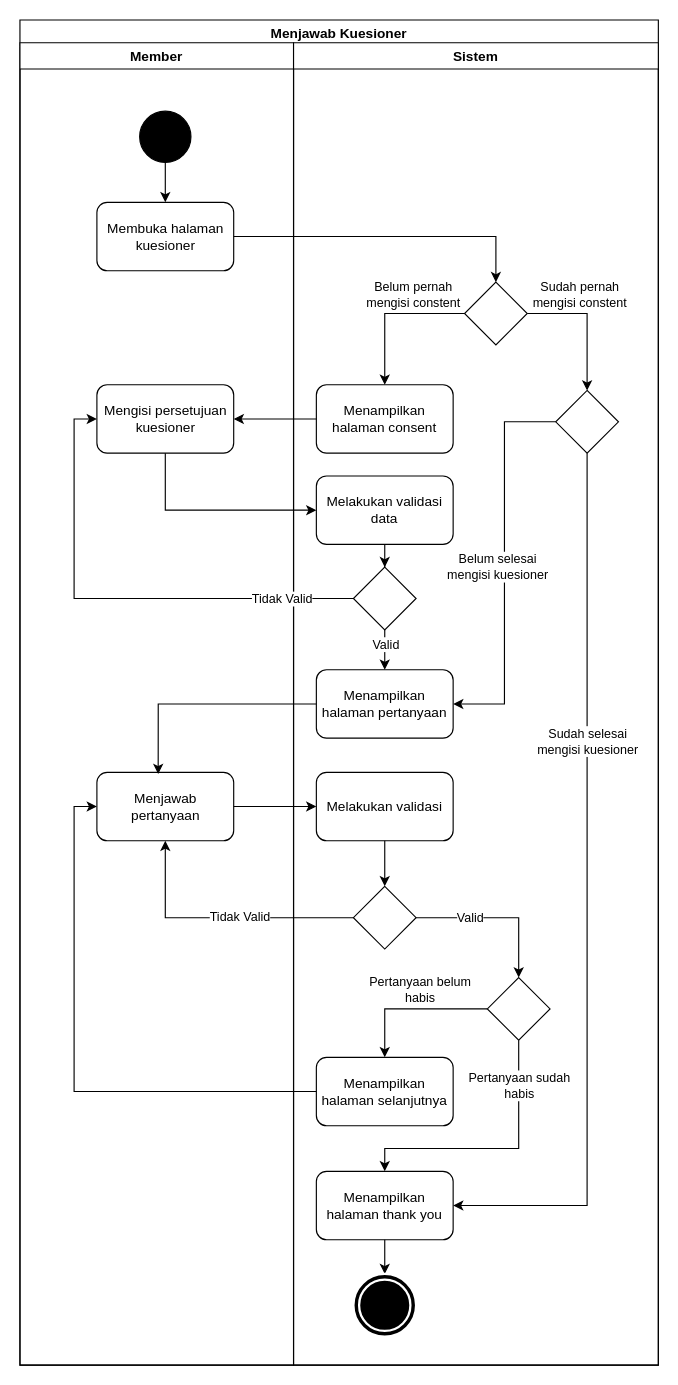
techie-jhs/thesis keeps this draw.io diagram as Diagram/Activity Diagram/21. menjawab kuesioner.drawio. Above is the earlier version. Source tidied: cells renumbered, new cells numbered last; positions are measured from the earlier drawing's top-left corner, leaving out a move shared by most shapes. Both pictures are drawn from the tidied source at 114%, with x=0, y=0 at pixel (19, 19).
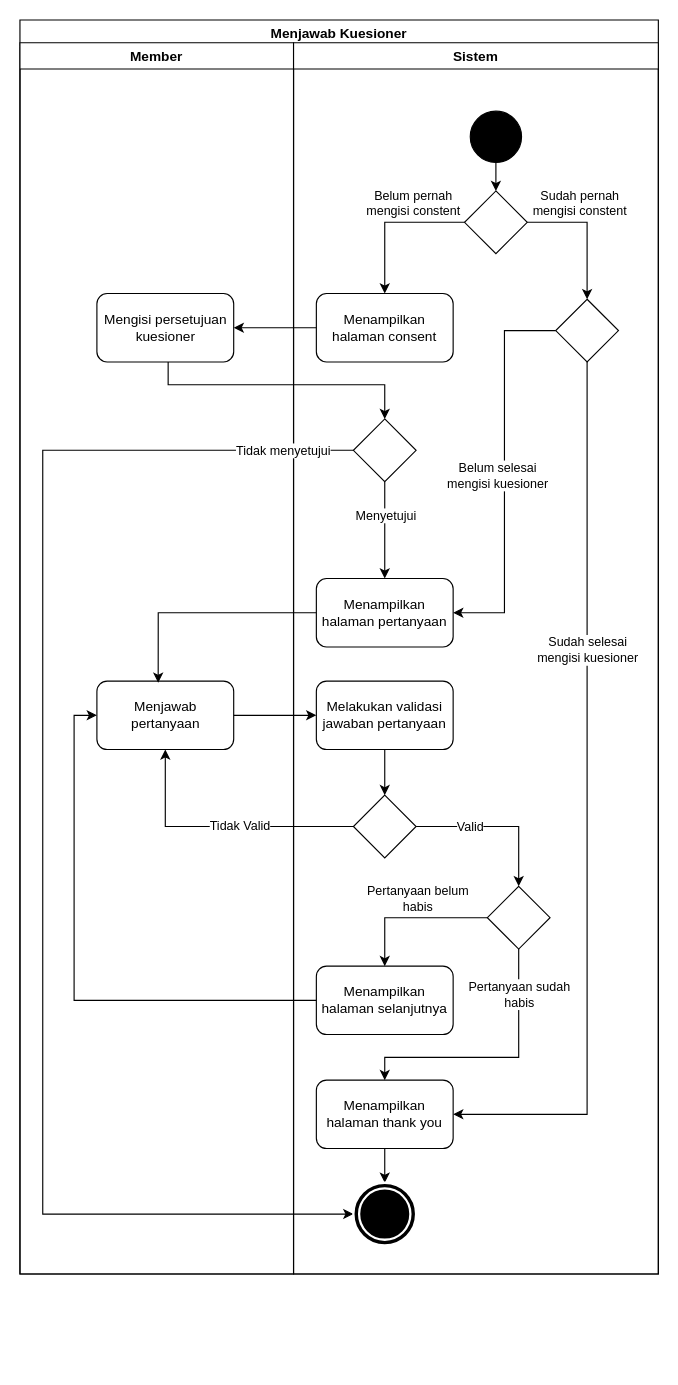
After the change.

Unchanged cells that the change refers to:
```xml
<mxCell id="24" style="edgeStyle=orthogonalEdgeStyle;rounded=0;jettySize=auto;html=1;entryX=0.5;entryY=0;entryDx=0;entryDy=0;" parent="9" edge="1" source="28" target="29">
  <mxGeometry relative="1" as="geometry" />
</mxCell>
```

What changed in the source:
```diff
@@
     <mxCell id="2" value="Menjawab Kuesioner" style="swimlane;fillColor=none;" parent="1" vertex="1">
-      <mxGeometry width="560" height="1180" as="geometry" />
+      <mxGeometry width="560" height="1100" as="geometry" />
     </mxCell>
     <mxCell id="3" value="Member" style="swimlane;" parent="2" vertex="1">
-      <mxGeometry y="20" width="240" height="1160" as="geometry" />
+      <mxGeometry y="20" width="240" height="1080" as="geometry" />
     </mxCell>
-    <mxCell id="4" style="edgeStyle=orthogonalEdgeStyle;rounded=0;jettySize=auto;html=1;" parent="3" edge="1" source="5" target="6">
-      <mxGeometry relative="1" as="geometry" />
-    </mxCell>
-    <mxCell id="5" style="ellipse;whiteSpace=wrap;html=1;fillColor=#000000;" parent="3" vertex="1">
-      <mxGeometry x="105" y="60" width="45" height="45" as="geometry" />
-    </mxCell>
-    <mxCell id="6" value="Membuka halaman kuesioner" style="rounded=1;whiteSpace=wrap;html=1;fillColor=none;" parent="3" vertex="1">
-      <mxGeometry x="67.5" y="140" width="120" height="60" as="geometry" />
-    </mxCell>
     <mxCell id="7" value="Menjawab pertanyaan" style="rounded=1;whiteSpace=wrap;html=1;fillColor=none;" parent="3" vertex="1">
-      <mxGeometry x="67.5" y="640" width="120" height="60" as="geometry" />
+      <mxGeometry x="67.5" y="560" width="120" height="60" as="geometry" />
     </mxCell>
     <mxCell id="8" value="Mengisi persetujuan kuesioner" style="rounded=1;whiteSpace=wrap;html=1;fillColor=none;" parent="3" vertex="1">
-      <mxGeometry x="67.5" y="300" width="120" height="60" as="geometry" />
+      <mxGeometry x="67.5" y="220" width="120" height="60" as="geometry" />
     </mxCell>
     <mxCell id="9" value="Sistem" style="swimlane;startSize=23;" parent="2" vertex="1">
-      <mxGeometry x="240" y="20" width="320" height="1160" as="geometry" />
+      <mxGeometry x="240" y="20" width="320" height="1080" as="geometry" />
     </mxCell>
@@
     <mxCell id="12" style="edgeStyle=orthogonalEdgeStyle;rounded=0;jettySize=auto;html=1;entryX=1;entryY=0.5;entryDx=0;entryDy=0;" parent="9" edge="1" source="14" target="39">
       <mxGeometry relative="1" as="geometry">
         <Array as="points">
-          <mxPoint x="258" y="1020" />
+          <mxPoint x="258" y="940" />
         </Array>
       </mxGeometry>
     </mxCell>
@@
     <mxCell id="14" style="rhombus;whiteSpace=wrap;html=1;fillColor=none;" parent="9" vertex="1">
-      <mxGeometry x="230" y="305" width="55" height="55" as="geometry" />
+      <mxGeometry x="230" y="225" width="55" height="55" as="geometry" />
     </mxCell>
@@
     <mxCell id="18" style="rhombus;whiteSpace=wrap;html=1;fillColor=none;" parent="9" vertex="1">
-      <mxGeometry x="150" y="210" width="55" height="55" as="geometry" />
+      <mxGeometry x="150" y="130" width="55" height="55" as="geometry" />
     </mxCell>
     <mxCell id="19" style="edgeStyle=orthogonalEdgeStyle;rounded=0;jettySize=auto;html=1;entryX=0.5;entryY=0;entryDx=0;entryDy=0;" parent="9" edge="1" source="21" target="28">
       <mxGeometry relative="1" as="geometry">
         <Array as="points">
-          <mxPoint x="198" y="768" />
+          <mxPoint x="198" y="688" />
         </Array>
       </mxGeometry>
     </mxCell>
@@
     <mxCell id="21" style="rhombus;whiteSpace=wrap;html=1;fillColor=none;" parent="9" vertex="1">
-      <mxGeometry x="52.5" y="740" width="55" height="55" as="geometry" />
+      <mxGeometry x="52.5" y="660" width="55" height="55" as="geometry" />
     </mxCell>
@@
-    <mxCell id="23" value="Melakukan validasi" style="rounded=1;whiteSpace=wrap;html=1;fillColor=none;" parent="9" vertex="1">
-      <mxGeometry x="20" y="640" width="120" height="60" as="geometry" />
+    <mxCell id="23" value="Melakukan validasi jawaban pertanyaan" style="rounded=1;whiteSpace=wrap;html=1;fillColor=none;" parent="9" vertex="1">
+      <mxGeometry x="20" y="560" width="120" height="60" as="geometry" />
     </mxCell>
@@
     <mxCell id="25" value="Pertanyaan belum&lt;br&gt;habis" style="edgeLabel;html=1;align=center;verticalAlign=middle;" parent="24" vertex="1">
       <mxGeometry x="0.01" y="-4" relative="1" as="geometry">
-        <mxPoint x="7" y="-13" as="offset" />
+        <mxPoint x="5" y="-13" as="offset" />
       </mxGeometry>
     </mxCell>
     <mxCell id="26" style="edgeStyle=orthogonalEdgeStyle;rounded=0;jettySize=auto;html=1;entryX=0.5;entryY=0;entryDx=0;entryDy=0;" parent="9" edge="1" source="28" target="39">
       <mxGeometry relative="1" as="geometry">
         <Array as="points">
-          <mxPoint x="198" y="970" />
-          <mxPoint x="80" y="970" />
+          <mxPoint x="198" y="890" />
+          <mxPoint x="80" y="890" />
         </Array>
       </mxGeometry>
     </mxCell>
@@
     <mxCell id="28" style="rhombus;whiteSpace=wrap;html=1;fillColor=none;" parent="9" vertex="1">
-      <mxGeometry x="170" y="820" width="55" height="55" as="geometry" />
+      <mxGeometry x="170" y="740" width="55" height="55" as="geometry" />
     </mxCell>
     <mxCell id="29" value="Menampilkan halaman selanjutnya" style="rounded=1;whiteSpace=wrap;html=1;fillColor=none;" parent="9" vertex="1">
-      <mxGeometry x="20" y="890" width="120" height="60" as="geometry" />
+      <mxGeometry x="20" y="810" width="120" height="60" as="geometry" />
     </mxCell>
     <mxCell id="30" value="Menampilkan halaman consent" style="rounded=1;whiteSpace=wrap;html=1;fillColor=none;" parent="9" vertex="1">
-      <mxGeometry x="20" y="300" width="120" height="60" as="geometry" />
+      <mxGeometry x="20" y="220" width="120" height="60" as="geometry" />
     </mxCell>
     <mxCell id="31" value="Sudah pernah&lt;br&gt;mengisi constent" style="edgeLabel;html=1;align=center;verticalAlign=middle;" parent="9" vertex="1">
-      <mxGeometry x="250" y="220" as="geometry" />
+      <mxGeometry x="250" y="140" as="geometry" />
     </mxCell>
-    <mxCell id="32" style="edgeStyle=orthogonalEdgeStyle;rounded=0;jettySize=auto;html=1;" parent="9" edge="1" source="33" target="36">
-      <mxGeometry relative="1" as="geometry" />
-    </mxCell>
-    <mxCell id="33" value="Melakukan validasi data" style="rounded=1;whiteSpace=wrap;html=1;fillColor=none;" parent="9" vertex="1">
-      <mxGeometry x="20" y="380" width="120" height="60" as="geometry" />
-    </mxCell>
     <mxCell id="34" style="edgeStyle=orthogonalEdgeStyle;rounded=0;jettySize=auto;html=1;" parent="9" edge="1" source="36" target="37">
       <mxGeometry relative="1" as="geometry">
         <Array as="points">
-          <mxPoint x="80" y="530" />
-          <mxPoint x="80" y="530" />
+          <mxPoint x="80" y="450" />
+          <mxPoint x="80" y="450" />
         </Array>
       </mxGeometry>
     </mxCell>
-    <mxCell id="35" value="Valid" style="edgeLabel;html=1;align=center;verticalAlign=middle;" parent="34" vertex="1">
+    <mxCell id="35" value="Menyetujui" style="edgeLabel;html=1;align=center;verticalAlign=middle;" parent="34" vertex="1">
       <mxGeometry x="-0.31" relative="1" as="geometry" />
     </mxCell>
+    <mxCell id="51" style="edgeStyle=orthogonalEdgeStyle;rounded=0;jettySize=auto;html=1;entryX=0;entryY=0.5;entryDx=0;entryDy=0;" parent="9" edge="1" source="36" target="40">
+      <mxGeometry relative="1" as="geometry">
+        <Array as="points">
+          <mxPoint x="-220" y="358" />
+          <mxPoint x="-220" y="1028" />
+        </Array>
+      </mxGeometry>
+    </mxCell>
+    <mxCell id="52" value="Tidak menyetujui" style="edgeLabel;html=1;align=center;verticalAlign=middle;" parent="51" vertex="1">
+      <mxGeometry x="-0.84" y="2" relative="1" as="geometry">
+        <mxPoint x="35" y="-2" as="offset" />
+      </mxGeometry>
+    </mxCell>
     <mxCell id="36" style="rhombus;whiteSpace=wrap;html=1;fillColor=none;" parent="9" vertex="1">
-      <mxGeometry x="52.5" y="460" width="55" height="55" as="geometry" />
+      <mxGeometry x="52.5" y="330" width="55" height="55" as="geometry" />
     </mxCell>
     <mxCell id="37" value="Menampilkan halaman pertanyaan" style="rounded=1;whiteSpace=wrap;html=1;fillColor=none;" parent="9" vertex="1">
-      <mxGeometry x="20" y="550" width="120" height="60" as="geometry" />
+      <mxGeometry x="20" y="470" width="120" height="60" as="geometry" />
     </mxCell>
@@
     <mxCell id="39" value="Menampilkan halaman thank you" style="rounded=1;whiteSpace=wrap;html=1;fillColor=none;" parent="9" vertex="1">
-      <mxGeometry x="20" y="990" width="120" height="60" as="geometry" />
+      <mxGeometry x="20" y="910" width="120" height="60" as="geometry" />
     </mxCell>
     <mxCell id="40" style="ellipse;shape=doubleEllipse;whiteSpace=wrap;html=1;fillColor=#000000;strokeColor=#FFFFFF;strokeWidth=2;" parent="9" vertex="1">
-      <mxGeometry x="52.5" y="1080" width="55" height="55" as="geometry" />
+      <mxGeometry x="52.5" y="1000" width="55" height="55" as="geometry" />
     </mxCell>
-    <mxCell id="41" style="edgeStyle=orthogonalEdgeStyle;rounded=0;jettySize=auto;html=1;exitX=1;exitY=0.5;exitDx=0;exitDy=0;entryX=0.5;entryY=0;entryDx=0;entryDy=0;" parent="2" edge="1" source="6" target="18">
-      <mxGeometry relative="1" as="geometry" />
-    </mxCell>
+    <mxCell id="53" style="edgeStyle=orthogonalEdgeStyle;rounded=0;jettySize=auto;html=1;" parent="9" edge="1" source="5" target="18">
+      <mxGeometry relative="1" as="geometry" />
+    </mxCell>
+    <mxCell id="5" style="ellipse;whiteSpace=wrap;html=1;fillColor=#000000;" parent="9" vertex="1">
+      <mxGeometry x="155" y="60" width="45" height="45" as="geometry" />
+    </mxCell>
@@
-    <mxCell id="43" style="edgeStyle=orthogonalEdgeStyle;rounded=0;jettySize=auto;html=1;entryX=0;entryY=0.5;entryDx=0;entryDy=0;" parent="2" edge="1" source="8" target="33">
-      <mxGeometry relative="1" as="geometry">
-        <Array as="points">
-          <mxPoint x="128" y="430" />
-        </Array>
-      </mxGeometry>
-    </mxCell>
-    <mxCell id="44" style="edgeStyle=orthogonalEdgeStyle;rounded=0;jettySize=auto;html=1;entryX=0;entryY=0.5;entryDx=0;entryDy=0;" parent="2" edge="1" source="36" target="8">
-      <mxGeometry relative="1" as="geometry" />
-    </mxCell>
-    <mxCell id="45" value="Tidak Valid" style="edgeLabel;html=1;align=center;verticalAlign=middle;" parent="44" vertex="1">
-      <mxGeometry x="-0.51" y="1" relative="1" as="geometry">
-        <mxPoint x="41" y="-1" as="offset" />
-      </mxGeometry>
-    </mxCell>
@@
+    <mxCell id="54" style="edgeStyle=orthogonalEdgeStyle;rounded=0;jettySize=auto;html=1;entryX=0.5;entryY=0;entryDx=0;entryDy=0;" parent="2" edge="1" source="8" target="36">
+      <mxGeometry relative="1" as="geometry">
+        <Array as="points">
+          <mxPoint x="130" y="320" />
+          <mxPoint x="320" y="320" />
+        </Array>
+      </mxGeometry>
+    </mxCell>
```
